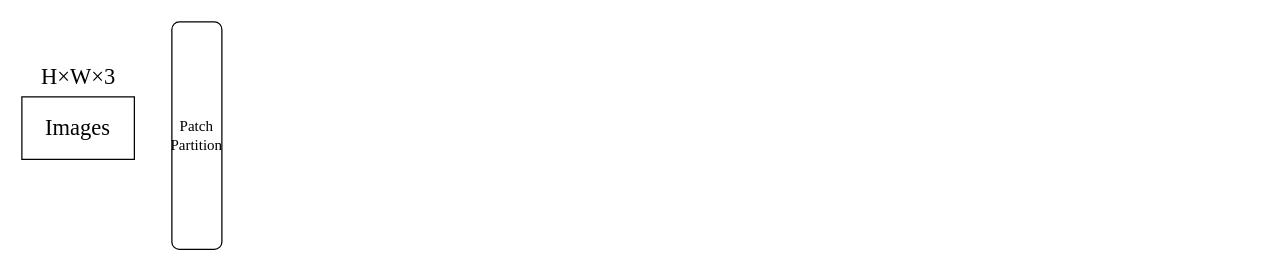
This is page "第 2 页" (2 of 2) of 未命名绘图.drawio from zhangronghuan/liliu, a draw.io file, before an edit. Source tidied: cells renumbered, new cells numbered last; positions are measured from the earlier drawing's top-left corner, leaving out a move shared by most shapes. Both pictures are drawn from the tidied source at 125%, with x=0, y=0 at pixel (21, 21).
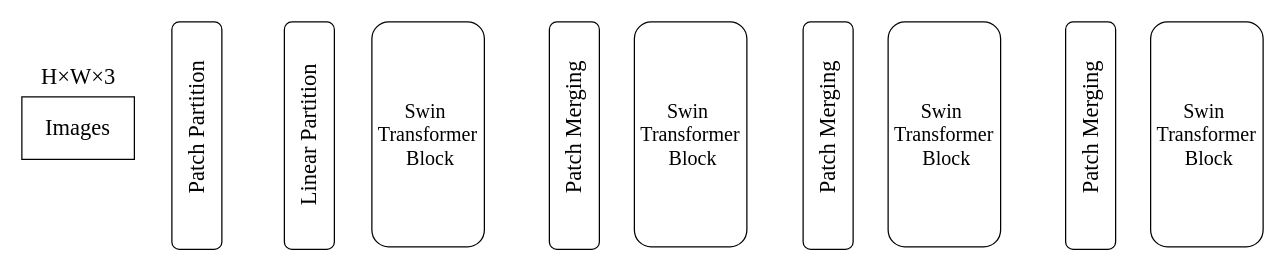
The same page after the edit.

Change to the diagram source:
```diff
@@
 <mxGraphModel>
   <root>
     <mxCell id="0" />
     <mxCell id="1" parent="0" />
     <mxCell id="2" value="&lt;font face=&quot;Times New Roman&quot; style=&quot;font-size: 18px;&quot;&gt;Images&lt;/font&gt;" style="html=1;whiteSpace=wrap;" parent="1" vertex="1">
       <mxGeometry y="60" width="90" height="50" as="geometry" />
     </mxCell>
     <mxCell id="3" value="&lt;font face=&quot;Times New Roman&quot; style=&quot;font-size: 18px;&quot;&gt;H×W×3&lt;/font&gt;" style="text;html=1;align=center;verticalAlign=middle;strokeColor=none;fillColor=none;" parent="1" vertex="1">
       <mxGeometry x="5" y="24" width="80" height="40" as="geometry" />
     </mxCell>
-    <mxCell id="4" value="&lt;font face=&quot;Times New Roman&quot;&gt;Patch Partition&lt;/font&gt;" style="rounded=1;whiteSpace=wrap;html=1;direction=south;" parent="1" vertex="1">
+    <mxCell id="4" style="rounded=1;whiteSpace=wrap;html=1;direction=south;" parent="1" vertex="1">
       <mxGeometry x="120" width="40" height="182" as="geometry" />
     </mxCell>
+    <mxCell id="5" value="&lt;font face=&quot;Times New Roman&quot; style=&quot;font-size: 18px;&quot;&gt;Patch Partition&lt;/font&gt;" style="text;html=1;align=center;verticalAlign=middle;strokeColor=none;fillColor=none;rotation=-90;" parent="1" vertex="1">
+      <mxGeometry x="75" y="65" width="130" height="40" as="geometry" />
+    </mxCell>
+    <mxCell id="6" style="rounded=1;whiteSpace=wrap;html=1;direction=south;" parent="1" vertex="1">
+      <mxGeometry x="210" width="40" height="182" as="geometry" />
+    </mxCell>
+    <mxCell id="7" value="&lt;font face=&quot;Times New Roman&quot; style=&quot;font-size: 18px;&quot;&gt;Linear Partition&lt;/font&gt;" style="text;html=1;align=center;verticalAlign=middle;strokeColor=none;fillColor=none;rotation=-90;" parent="1" vertex="1">
+      <mxGeometry x="160" y="71" width="140" height="40" as="geometry" />
+    </mxCell>
+    <mxCell id="8" value="&lt;font face=&quot;Times New Roman&quot; style=&quot;font-size: 16px;&quot;&gt;Swin&amp;nbsp;&lt;br&gt;Transformer&lt;br&gt;&amp;nbsp;Block&lt;/font&gt;" style="rounded=1;whiteSpace=wrap;html=1;direction=south;" parent="1" vertex="1">
+      <mxGeometry x="280" width="90" height="180" as="geometry" />
+    </mxCell>
+    <mxCell id="9" style="rounded=1;whiteSpace=wrap;html=1;direction=south;spacingLeft=0;" parent="1" vertex="1">
+      <mxGeometry x="422" width="40" height="182" as="geometry" />
+    </mxCell>
+    <mxCell id="10" value="&lt;font face=&quot;Times New Roman&quot; style=&quot;font-size: 18px;&quot;&gt;Patch&amp;nbsp;Merging&lt;/font&gt;" style="text;html=1;align=center;verticalAlign=middle;strokeColor=none;fillColor=none;rotation=-90;spacingLeft=0;" parent="1" vertex="1">
+      <mxGeometry x="377" y="65" width="130" height="40" as="geometry" />
+    </mxCell>
+    <mxCell id="11" value="&lt;font face=&quot;Times New Roman&quot; style=&quot;font-size: 16px;&quot;&gt;Swin&amp;nbsp;&lt;br&gt;Transformer&lt;br&gt;&amp;nbsp;Block&lt;/font&gt;" style="rounded=1;whiteSpace=wrap;html=1;direction=south;" parent="1" vertex="1">
+      <mxGeometry x="490" width="90" height="180" as="geometry" />
+    </mxCell>
+    <mxCell id="12" style="rounded=1;whiteSpace=wrap;html=1;direction=south;spacingLeft=0;" parent="1" vertex="1">
+      <mxGeometry x="625" width="40" height="182" as="geometry" />
+    </mxCell>
+    <mxCell id="13" value="&lt;font face=&quot;Times New Roman&quot; style=&quot;font-size: 18px;&quot;&gt;Patch&amp;nbsp;Merging&lt;/font&gt;" style="text;html=1;align=center;verticalAlign=middle;strokeColor=none;fillColor=none;rotation=-90;spacingLeft=0;" parent="1" vertex="1">
+      <mxGeometry x="580" y="65" width="130" height="40" as="geometry" />
+    </mxCell>
+    <mxCell id="14" value="&lt;font face=&quot;Times New Roman&quot; style=&quot;font-size: 16px;&quot;&gt;Swin&amp;nbsp;&lt;br&gt;Transformer&lt;br&gt;&amp;nbsp;Block&lt;/font&gt;" style="rounded=1;whiteSpace=wrap;html=1;direction=south;" parent="1" vertex="1">
+      <mxGeometry x="693" width="90" height="180" as="geometry" />
+    </mxCell>
+    <mxCell id="15" style="rounded=1;whiteSpace=wrap;html=1;direction=south;spacingLeft=0;" parent="1" vertex="1">
+      <mxGeometry x="835" width="40" height="182" as="geometry" />
+    </mxCell>
+    <mxCell id="16" value="&lt;font face=&quot;Times New Roman&quot; style=&quot;font-size: 18px;&quot;&gt;Patch&amp;nbsp;Merging&lt;/font&gt;" style="text;html=1;align=center;verticalAlign=middle;strokeColor=none;fillColor=none;rotation=-90;spacingLeft=0;" parent="1" vertex="1">
+      <mxGeometry x="790" y="65" width="130" height="40" as="geometry" />
+    </mxCell>
+    <mxCell id="17" value="&lt;font face=&quot;Times New Roman&quot; style=&quot;font-size: 16px;&quot;&gt;Swin&amp;nbsp;&lt;br&gt;Transformer&lt;br&gt;&amp;nbsp;Block&lt;/font&gt;" style="rounded=1;whiteSpace=wrap;html=1;direction=south;" parent="1" vertex="1">
+      <mxGeometry x="903" width="90" height="180" as="geometry" />
+    </mxCell>
   </root>
 </mxGraphModel>
```
